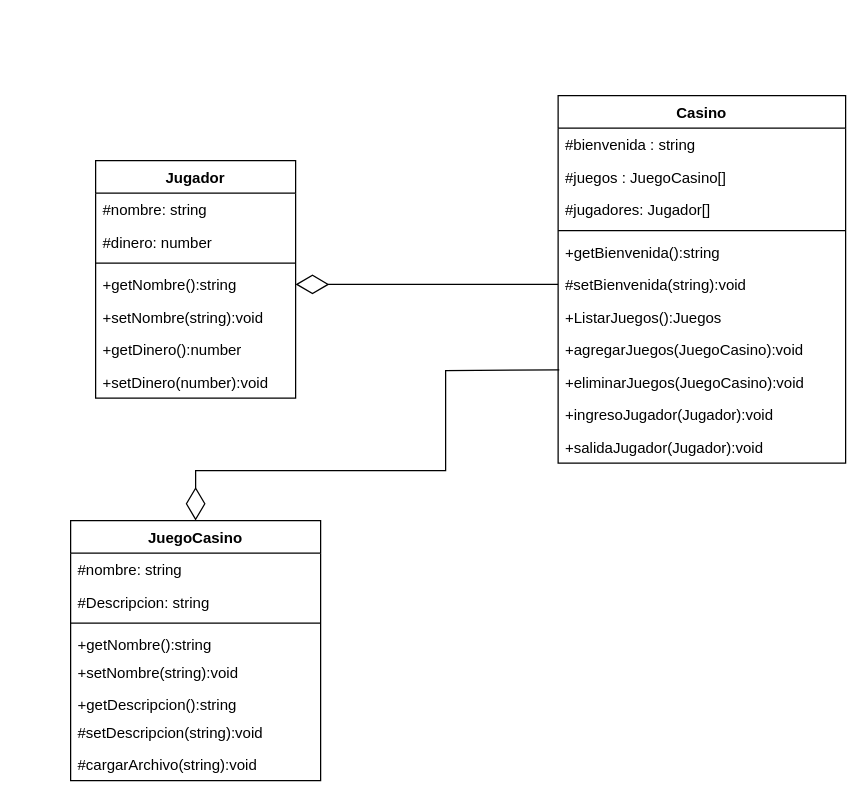
gceballos23/Casino keeps this draw.io diagram as page "CASINO" (3 of 5) of MaquinaTragamonedas.drawio. Above is the earlier version. Source tidied: cells renumbered, new cells numbered last; positions are measured from the earlier drawing's top-left corner, leaving out a move shared by most shapes. Both pictures are drawn from the tidied source at 125%, with x=0, y=0 at pixel (70, 95).
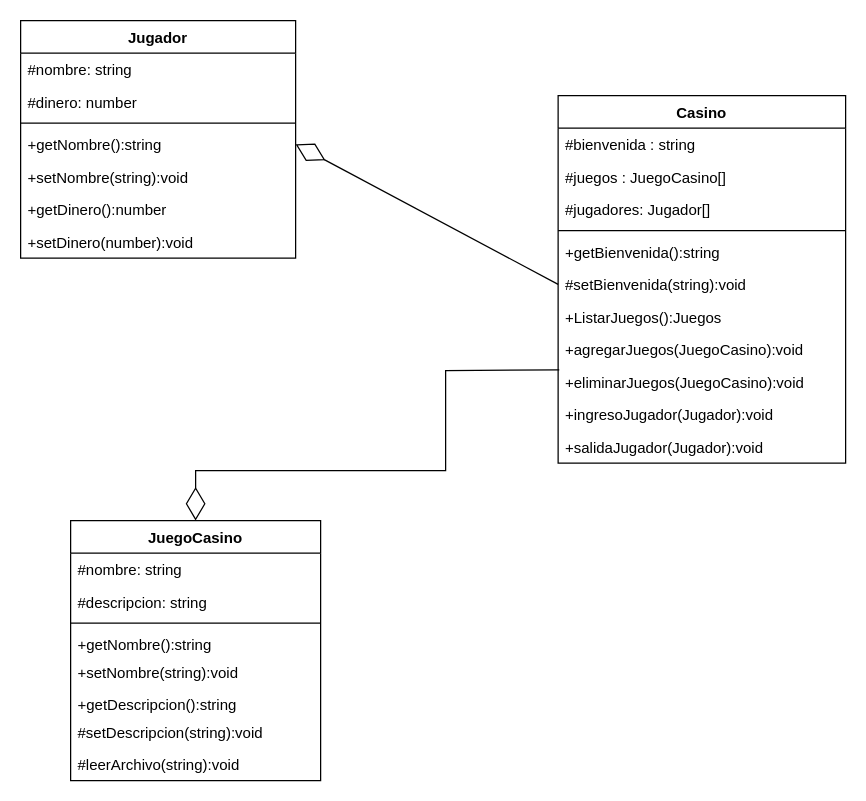
After the change.

Unchanged cells that the change refers to:
```xml
<mxCell id="22" value="JuegoCasino" style="swimlane;fontStyle=1;align=center;verticalAlign=top;horizontal=1;startSize=26;" parent="1" vertex="1">
  <mxGeometry y="340" width="200" height="208" as="geometry" />
</mxCell>
```

Diff of the diagram source:
```diff
@@
     <mxCell id="14" value="Jugador" style="swimlane;fontStyle=1;align=center;verticalAlign=top;horizontal=1;startSize=26;" parent="1" vertex="1">
-      <mxGeometry x="20" y="52" width="160" height="190" as="geometry" />
+      <mxGeometry x="-40" y="-60" width="220" height="190" as="geometry" />
     </mxCell>
     <mxCell id="15" value="#nombre: string" style="text;strokeColor=none;fillColor=none;align=left;verticalAlign=top;spacingLeft=4;spacingRight=4;overflow=hidden;" parent="14" vertex="1">
-      <mxGeometry y="26" width="160" height="26" as="geometry" />
+      <mxGeometry y="26" width="220" height="26" as="geometry" />
     </mxCell>
     <mxCell id="16" value="#dinero: number" style="text;strokeColor=none;fillColor=none;align=left;verticalAlign=top;spacingLeft=4;spacingRight=4;overflow=hidden;" parent="14" vertex="1">
-      <mxGeometry y="52" width="160" height="26" as="geometry" />
+      <mxGeometry y="52" width="220" height="26" as="geometry" />
     </mxCell>
     <mxCell id="17" style="line;strokeWidth=1;fillColor=none;align=left;verticalAlign=middle;spacingTop=-1;spacingLeft=3;spacingRight=3;labelPosition=right;strokeColor=inherit;" parent="14" vertex="1">
-      <mxGeometry y="78" width="160" height="8" as="geometry" />
+      <mxGeometry y="78" width="220" height="8" as="geometry" />
     </mxCell>
     <mxCell id="18" value="+getNombre():string" style="text;strokeColor=none;fillColor=none;align=left;verticalAlign=top;spacingLeft=4;spacingRight=4;overflow=hidden;points=[[0,0.5],[1,0.5]];portConstraint=eastwest;" parent="14" vertex="1">
-      <mxGeometry y="86" width="160" height="26" as="geometry" />
+      <mxGeometry y="86" width="220" height="26" as="geometry" />
     </mxCell>
     <mxCell id="19" value="+setNombre(string):void" style="text;strokeColor=none;fillColor=none;align=left;verticalAlign=top;spacingLeft=4;spacingRight=4;overflow=hidden;" parent="14" vertex="1">
-      <mxGeometry y="112" width="160" height="26" as="geometry" />
+      <mxGeometry y="112" width="220" height="26" as="geometry" />
     </mxCell>
     <mxCell id="20" value="+getDinero():number" style="text;strokeColor=none;fillColor=none;align=left;verticalAlign=top;spacingLeft=4;spacingRight=4;overflow=hidden;" parent="14" vertex="1">
-      <mxGeometry y="138" width="160" height="26" as="geometry" />
+      <mxGeometry y="138" width="220" height="26" as="geometry" />
     </mxCell>
     <mxCell id="21" value="+setDinero(number):void" style="text;strokeColor=none;fillColor=none;align=left;verticalAlign=top;spacingLeft=4;spacingRight=4;overflow=hidden;" parent="14" vertex="1">
-      <mxGeometry y="164" width="160" height="26" as="geometry" />
+      <mxGeometry y="164" width="220" height="26" as="geometry" />
     </mxCell>
@@
-    <mxCell id="24" value="#Descripcion: string" style="text;strokeColor=none;fillColor=none;align=left;verticalAlign=top;spacingLeft=4;spacingRight=4;overflow=hidden;" parent="22" vertex="1">
+    <mxCell id="24" value="#descripcion: string" style="text;strokeColor=none;fillColor=none;align=left;verticalAlign=top;spacingLeft=4;spacingRight=4;overflow=hidden;" parent="22" vertex="1">
       <mxGeometry y="52" width="200" height="26" as="geometry" />
     </mxCell>
@@
-    <mxCell id="30" value="#cargarArchivo(string):void" style="text;strokeColor=none;fillColor=none;align=left;verticalAlign=top;spacingLeft=4;spacingRight=4;overflow=hidden;" parent="22" vertex="1">
+    <mxCell id="30" value="#leerArchivo(string):void" style="text;strokeColor=none;fillColor=none;align=left;verticalAlign=top;spacingLeft=4;spacingRight=4;overflow=hidden;" parent="22" vertex="1">
       <mxGeometry y="182" width="200" height="26" as="geometry" />
     </mxCell>
```
